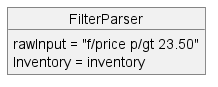
This is docs/UML/Filter/FilterStep1.png from nus-cs2113-AY2223S2/tp, a PlantUML export, as it was before one commit.
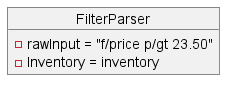
The same diagram one commit later.

The edit, as a diff of the source:
```diff
@@ -1,7 +1,7 @@
 @startuml
 object FilterParser{
-    rawInput = "f/price p/gt 23.50"
-    Inventory = inventory
+    - rawInput = "f/price p/gt 23.50"
+    - Inventory = inventory
 }
 
 @enduml
```
